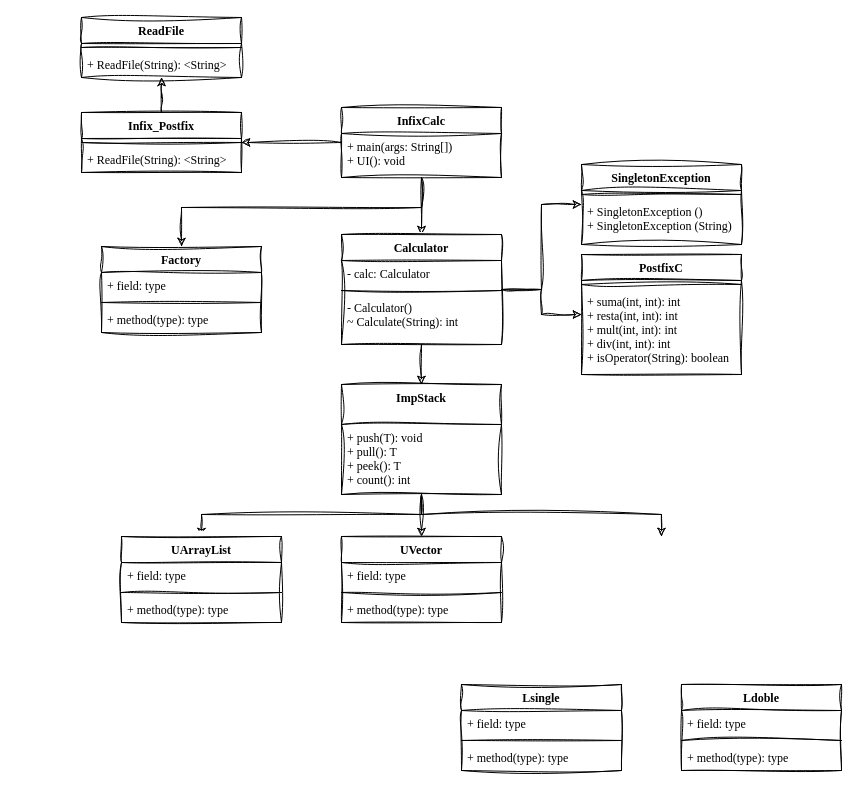
Earlier version of the draw.io diagram UML/DiagramaDeClases HDT4.drawio (Fabiola-cc/HojaDeTrabajo4). Source tidied: cells renumbered, new cells numbered last; positions are measured from the earlier drawing's top-left corner, leaving out a move shared by most shapes. Both pictures are drawn from the tidied source at 100%, with x=0, y=0 at pixel (81, 17).
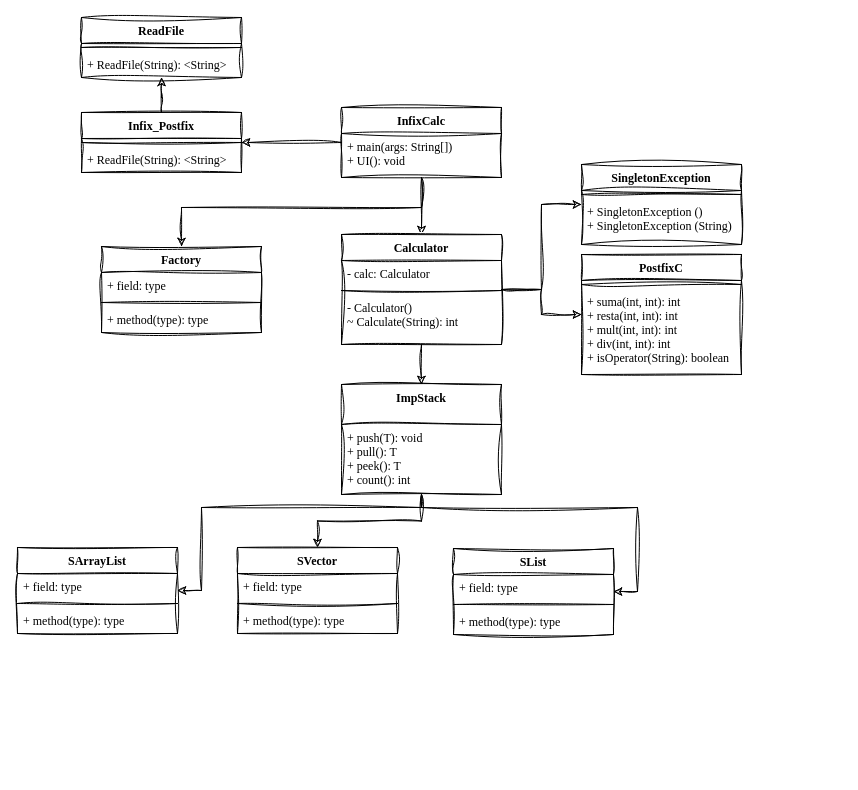
The same diagram, later.

The change refers to these unchanged cells:
```xml
<mxCell id="20" value="ImpStack" style="swimlane;fontStyle=1;align=center;verticalAlign=top;horizontal=1;startSize=40;sketch=1;hachureGap=4;jiggle=2;curveFitting=1;fontFamily=Garamond;fontSize=12;" parent="1" vertex="1">
  <mxGeometry x="260" y="367" width="160" height="110" as="geometry" />
</mxCell>
```

What changed in the source:
```diff
@@
     <mxCell id="18" style="edgeStyle=orthogonalEdgeStyle;rounded=0;sketch=1;hachureGap=4;jiggle=2;curveFitting=1;jettySize=auto;html=1;fontFamily=Garamond;fontSize=12;" parent="1" edge="1" source="20" target="26">
       <mxGeometry relative="1" as="geometry">
         <Array as="points">
-          <mxPoint x="340" y="497" />
-          <mxPoint x="120" y="497" />
+          <mxPoint x="340" y="490" />
+          <mxPoint x="120" y="490" />
         </Array>
       </mxGeometry>
     </mxCell>
-    <mxCell id="19" style="edgeStyle=orthogonalEdgeStyle;rounded=0;sketch=1;hachureGap=4;jiggle=2;curveFitting=1;jettySize=auto;html=1;fontFamily=Garamond;fontSize=12;" parent="1" edge="1" source="20">
-      <mxGeometry relative="1" as="geometry">
-        <mxPoint x="580" y="519" as="targetPoint" />
-        <Array as="points">
-          <mxPoint x="340" y="497" />
-          <mxPoint x="580" y="497" />
-        </Array>
-      </mxGeometry>
-    </mxCell>
+    <mxCell id="52" style="edgeStyle=orthogonalEdgeStyle;rounded=0;sketch=1;hachureGap=4;jiggle=2;curveFitting=1;jettySize=auto;html=1;fontFamily=Architects Daughter;fontSize=16;" parent="1" edge="1" source="20" target="30">
+      <mxGeometry relative="1" as="geometry">
+        <Array as="points">
+          <mxPoint x="340" y="490" />
+          <mxPoint x="556" y="490" />
+        </Array>
+      </mxGeometry>
+    </mxCell>
@@
-    <mxCell id="22" value="UVector" style="swimlane;fontStyle=1;align=center;verticalAlign=top;horizontal=1;startSize=26;sketch=1;hachureGap=4;jiggle=2;curveFitting=1;fontFamily=Garamond;fontSize=12;" parent="1" vertex="1">
-      <mxGeometry x="260" y="519" width="160" height="86" as="geometry" />
+    <mxCell id="22" value="SVector" style="swimlane;fontStyle=1;align=center;verticalAlign=top;horizontal=1;startSize=26;sketch=1;hachureGap=4;jiggle=2;curveFitting=1;fontFamily=Garamond;fontSize=12;" parent="1" vertex="1">
+      <mxGeometry x="156" y="530" width="160" height="86" as="geometry" />
     </mxCell>
@@
-    <mxCell id="26" value="UArrayList" style="swimlane;fontStyle=1;align=center;verticalAlign=top;horizontal=1;startSize=26;sketch=1;hachureGap=4;jiggle=2;curveFitting=1;fontFamily=Garamond;fontSize=12;" parent="1" vertex="1">
-      <mxGeometry x="40" y="519" width="160" height="86" as="geometry" />
+    <mxCell id="26" value="SArrayList" style="swimlane;fontStyle=1;align=center;verticalAlign=top;horizontal=1;startSize=26;sketch=1;hachureGap=4;jiggle=2;curveFitting=1;fontFamily=Garamond;fontSize=12;" parent="1" vertex="1">
+      <mxGeometry x="-64" y="530" width="160" height="86" as="geometry" />
     </mxCell>
@@
-    <mxCell id="30" value="Lsingle" style="swimlane;fontStyle=1;align=center;verticalAlign=top;horizontal=1;startSize=26;sketch=1;hachureGap=4;jiggle=2;curveFitting=1;fontFamily=Garamond;fontSize=12;" parent="1" vertex="1">
-      <mxGeometry x="380" y="667" width="160" height="86" as="geometry" />
+    <mxCell id="30" value="SList" style="swimlane;fontStyle=1;align=center;verticalAlign=top;horizontal=1;startSize=26;sketch=1;hachureGap=4;jiggle=2;curveFitting=1;fontFamily=Garamond;fontSize=12;" parent="1" vertex="1">
+      <mxGeometry x="372" y="531" width="160" height="86" as="geometry" />
     </mxCell>
@@
-    <mxCell id="48" value="Ldoble" style="swimlane;fontStyle=1;align=center;verticalAlign=top;horizontal=1;startSize=26;sketch=1;hachureGap=4;jiggle=2;curveFitting=1;fontFamily=Garamond;fontSize=12;" parent="1" vertex="1">
-      <mxGeometry x="600" y="667" width="160" height="86" as="geometry" />
-    </mxCell>
-    <mxCell id="49" value="+ field: type" style="text;strokeColor=none;fillColor=none;align=left;verticalAlign=top;spacingLeft=4;spacingRight=4;overflow=hidden;fontSize=12;fontFamily=Garamond;" parent="48" vertex="1">
-      <mxGeometry y="26" width="160" height="26" as="geometry" />
-    </mxCell>
-    <mxCell id="50" style="line;strokeWidth=1;fillColor=none;align=left;verticalAlign=middle;spacingTop=-1;spacingLeft=3;spacingRight=3;labelPosition=right;strokeColor=inherit;sketch=1;hachureGap=4;jiggle=2;curveFitting=1;fontFamily=Garamond;fontSize=12;" parent="48" vertex="1">
-      <mxGeometry y="52" width="160" height="8" as="geometry" />
-    </mxCell>
-    <mxCell id="51" value="+ method(type): type" style="text;strokeColor=none;fillColor=none;align=left;verticalAlign=top;spacingLeft=4;spacingRight=4;overflow=hidden;fontSize=12;fontFamily=Garamond;" parent="48" vertex="1">
-      <mxGeometry y="60" width="160" height="26" as="geometry" />
-    </mxCell>
```
